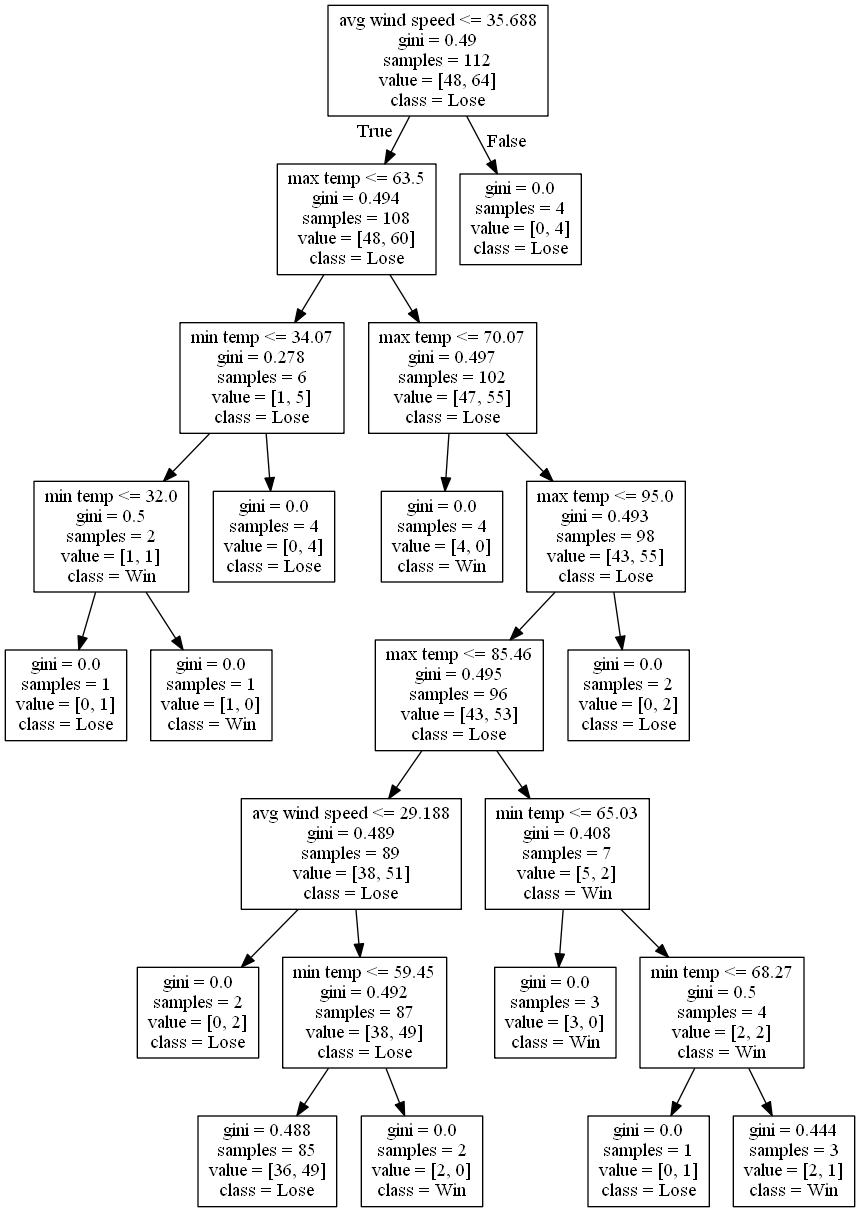
Earlier version of the Graphviz export DecisionTrees/decision_tree_no_score_or_attendance_test_605.png (alexana-steck/CSE482Project). Its source is kept beside it as DecisionTrees/decision_tree_no_score_or_attendance_test_605.dot.
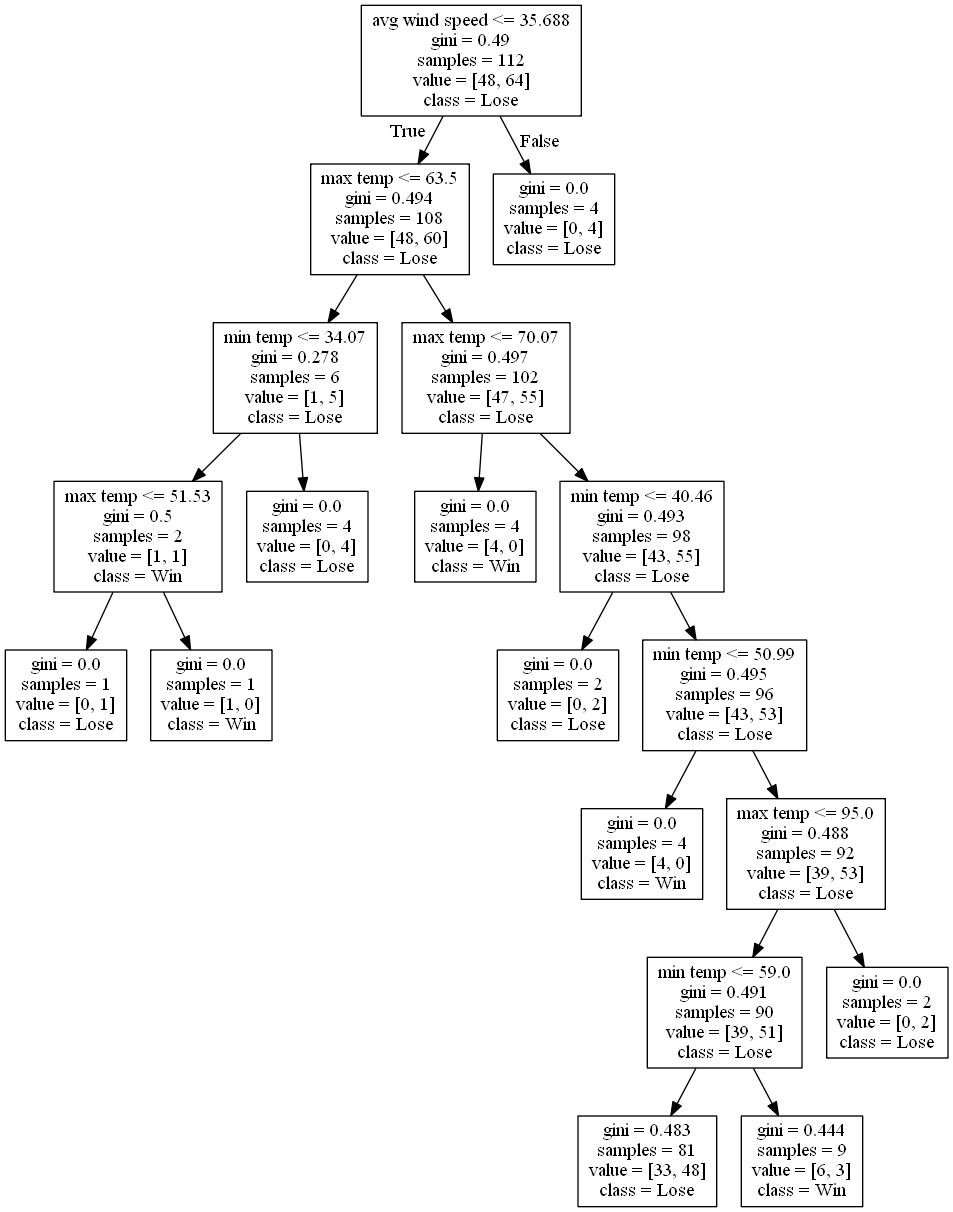
After the change.

What changed in the source:
```diff
@@ -5,7 +5,7 @@
 0 -> 1 [labeldistance=2.5, labelangle=45, headlabel="True"] ;
 2 [label="min temp <= 34.07\ngini = 0.278\nsamples = 6\nvalue = [1, 5]\nclass = Lose"] ;
 1 -> 2 ;
-3 [label="min temp <= 32.0\ngini = 0.5\nsamples = 2\nvalue = [1, 1]\nclass = Win"] ;
+3 [label="max temp <= 51.53\ngini = 0.5\nsamples = 2\nvalue = [1, 1]\nclass = Win"] ;
 2 -> 3 ;
 4 [label="gini = 0.0\nsamples = 1\nvalue = [0, 1]\nclass = Lose"] ;
 3 -> 4 ;
@@ -17,32 +17,24 @@
 1 -> 7 ;
 8 [label="gini = 0.0\nsamples = 4\nvalue = [4, 0]\nclass = Win"] ;
 7 -> 8 ;
-9 [label="max temp <= 95.0\ngini = 0.493\nsamples = 98\nvalue = [43, 55]\nclass = Lose"] ;
+9 [label="min temp <= 40.46\ngini = 0.493\nsamples = 98\nvalue = [43, 55]\nclass = Lose"] ;
 7 -> 9 ;
-10 [label="max temp <= 85.46\ngini = 0.495\nsamples = 96\nvalue = [43, 53]\nclass = Lose"] ;
+10 [label="gini = 0.0\nsamples = 2\nvalue = [0, 2]\nclass = Lose"] ;
 9 -> 10 ;
-11 [label="avg wind speed <= 29.188\ngini = 0.489\nsamples = 89\nvalue = [38, 51]\nclass = Lose"] ;
-10 -> 11 ;
-12 [label="gini = 0.0\nsamples = 2\nvalue = [0, 2]\nclass = Lose"] ;
+11 [label="min temp <= 50.99\ngini = 0.495\nsamples = 96\nvalue = [43, 53]\nclass = Lose"] ;
+9 -> 11 ;
+12 [label="gini = 0.0\nsamples = 4\nvalue = [4, 0]\nclass = Win"] ;
 11 -> 12 ;
-13 [label="min temp <= 59.45\ngini = 0.492\nsamples = 87\nvalue = [38, 49]\nclass = Lose"] ;
+13 [label="max temp <= 95.0\ngini = 0.488\nsamples = 92\nvalue = [39, 53]\nclass = Lose"] ;
 11 -> 13 ;
-14 [label="gini = 0.488\nsamples = 85\nvalue = [36, 49]\nclass = Lose"] ;
+14 [label="min temp <= 59.0\ngini = 0.491\nsamples = 90\nvalue = [39, 51]\nclass = Lose"] ;
 13 -> 14 ;
-15 [label="gini = 0.0\nsamples = 2\nvalue = [2, 0]\nclass = Win"] ;
-13 -> 15 ;
-16 [label="min temp <= 65.03\ngini = 0.408\nsamples = 7\nvalue = [5, 2]\nclass = Win"] ;
-10 -> 16 ;
-17 [label="gini = 0.0\nsamples = 3\nvalue = [3, 0]\nclass = Win"] ;
-16 -> 17 ;
-18 [label="min temp <= 68.27\ngini = 0.5\nsamples = 4\nvalue = [2, 2]\nclass = Win"] ;
-16 -> 18 ;
-19 [label="gini = 0.0\nsamples = 1\nvalue = [0, 1]\nclass = Lose"] ;
-18 -> 19 ;
-20 [label="gini = 0.444\nsamples = 3\nvalue = [2, 1]\nclass = Win"] ;
-18 -> 20 ;
-21 [label="gini = 0.0\nsamples = 2\nvalue = [0, 2]\nclass = Lose"] ;
-9 -> 21 ;
-22 [label="gini = 0.0\nsamples = 4\nvalue = [0, 4]\nclass = Lose"] ;
-0 -> 22 [labeldistance=2.5, labelangle=-45, headlabel="False"] ;
+15 [label="gini = 0.483\nsamples = 81\nvalue = [33, 48]\nclass = Lose"] ;
+14 -> 15 ;
+16 [label="gini = 0.444\nsamples = 9\nvalue = [6, 3]\nclass = Win"] ;
+14 -> 16 ;
+17 [label="gini = 0.0\nsamples = 2\nvalue = [0, 2]\nclass = Lose"] ;
+13 -> 17 ;
+18 [label="gini = 0.0\nsamples = 4\nvalue = [0, 4]\nclass = Lose"] ;
+0 -> 18 [labeldistance=2.5, labelangle=-45, headlabel="False"] ;
 }
```
